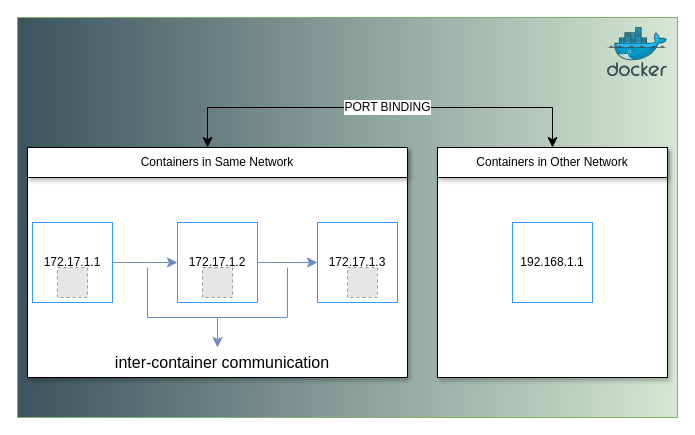
This is docker.drawio from SaranKumar516/Diagrams, a draw.io file, before an edit. Source tidied: cells renumbered, new cells numbered last; positions are measured from the earlier drawing's top-left corner, leaving out a move shared by most shapes. Both pictures are drawn from the tidied source at 100%, with x=0, y=0 at pixel (17, 17). Pictures stored in the file or linked from it are replaced by grey dashed boxes.
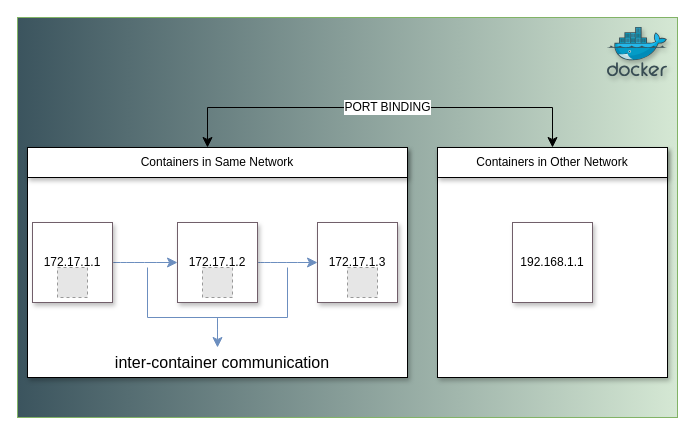
The same page after the edit.

Diff of the diagram source:
```diff
@@
-    <mxCell id="4" value="172.17.1.3" style="whiteSpace=wrap;html=1;rounded=0;strokeColor=#3399FF;" parent="1" vertex="1">
+    <mxCell id="4" value="172.17.1.3" style="whiteSpace=wrap;html=1;rounded=0;strokeColor=#715F6A;shadow=1;" parent="1" vertex="1">
       <mxGeometry x="300" y="205" width="80" height="80" as="geometry" />
     </mxCell>
@@
-    <mxCell id="6" value="172.17.1.2" style="whiteSpace=wrap;html=1;rounded=0;strokeColor=#3399FF;" parent="1" vertex="1">
+    <mxCell id="6" value="172.17.1.2" style="whiteSpace=wrap;html=1;rounded=0;strokeColor=#715F6A;shadow=1;" parent="1" vertex="1">
       <mxGeometry x="160" y="205" width="80" height="80" as="geometry" />
     </mxCell>
@@
-    <mxCell id="8" value="172.17.1.1" style="whiteSpace=wrap;html=1;rounded=0;strokeColor=#3399FF;" parent="1" vertex="1">
+    <mxCell id="8" value="172.17.1.1" style="whiteSpace=wrap;html=1;rounded=0;strokeColor=#715F6A;shadow=1;" parent="1" vertex="1">
       <mxGeometry x="15" y="205" width="80" height="80" as="geometry" />
     </mxCell>
@@
-    <mxCell id="15" value="192.168.1.1" style="whiteSpace=wrap;html=1;rounded=0;strokeColor=#3399FF;" parent="1" vertex="1">
+    <mxCell id="15" value="192.168.1.1" style="whiteSpace=wrap;html=1;rounded=0;strokeColor=#715F6A;shadow=1;" parent="1" vertex="1">
       <mxGeometry x="495" y="205" width="80" height="80" as="geometry" />
     </mxCell>
@@
-    <mxCell id="21" style="image;sketch=0;html=1;align=center;fontSize=12;image=img/lib/mscae/Docker.svg;" parent="1" vertex="1">
+    <mxCell id="21" style="image;sketch=0;html=1;align=center;fontSize=12;image=img/lib/mscae/Docker.svg;backgroundOutline=0;fillOpacity=100;shadow=1;" parent="1" vertex="1">
       <mxGeometry x="590" y="10" width="60" height="49.2" as="geometry" />
     </mxCell>
```
